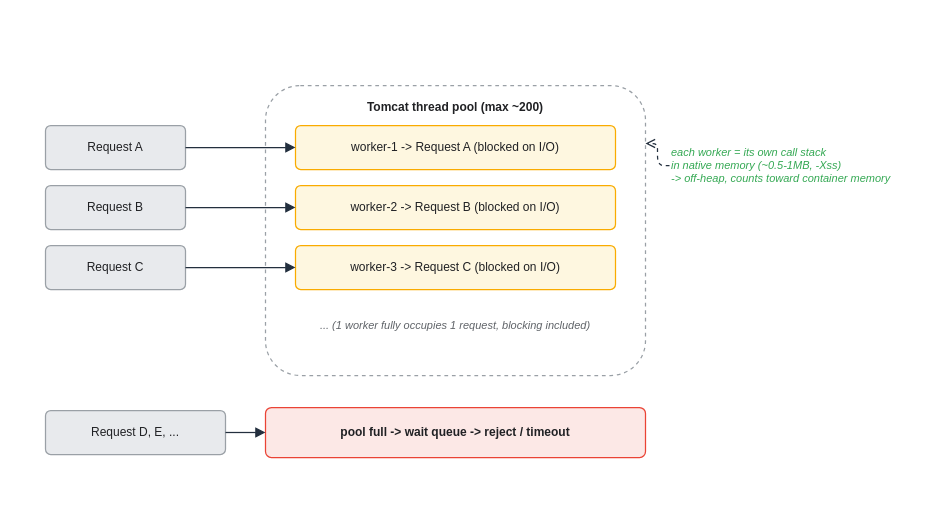
The draw.io diagram assets/img/spring/spring-06-thread-per-request.drawio in KKamJi98/kkamji98.github.io, before the edit. Source tidied: cells renumbered, new cells numbered last; positions are measured from the earlier drawing's top-left corner, leaving out a move shared by most shapes. Both pictures are drawn from the tidied source at 100%, with x=0, y=0 at pixel (45, 85).
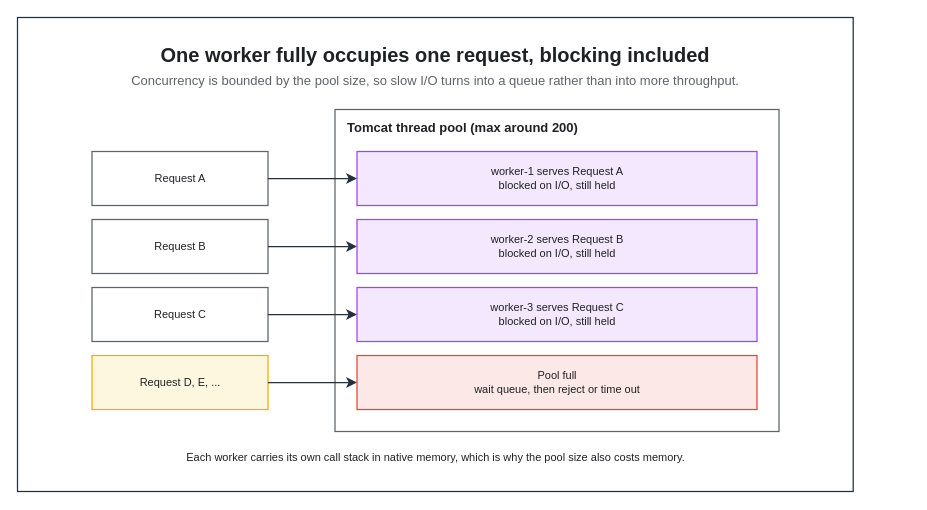
After the change.

The edit, as a diff of the source:
```diff
@@
 <mxGraphModel background="#FFFFFF">
   <root>
     <mxCell id="0" />
     <mxCell id="1" parent="0" />
+    <mxCell id="18" style="rounded=0;html=0;fillColor=none;strokeColor=#232F3E;fontColor=#202124;strokeWidth=1.25;" parent="1" vertex="1">
+      <mxGeometry x="-28" y="-68" width="835.7" height="474" as="geometry" />
+    </mxCell>
+    <mxCell id="19" value="One worker fully occupies one request, blocking included" style="text;html=0;whiteSpace=wrap;fillColor=none;strokeColor=none;fontColor=#202124;fontSize=20;fontStyle=1;align=center;verticalAlign=middle;" parent="1" vertex="1">
+      <mxGeometry x="-6" y="-46" width="791.7" height="30" as="geometry" />
+    </mxCell>
+    <mxCell id="20" value="Concurrency is bounded by the pool size, so slow I/O turns into a queue rather than into more throughput." style="text;html=0;whiteSpace=wrap;fillColor=none;strokeColor=none;fontColor=#5F6368;fontSize=13;fontStyle=0;align=center;verticalAlign=middle;" parent="1" vertex="1">
+      <mxGeometry x="-6" y="-16" width="791.7" height="22" as="geometry" />
+    </mxCell>
-    <mxCell id="2" value="Tomcat thread pool (max ~200)" style="rounded=1;whiteSpace=wrap;html=0;arcSize=12;shadow=0;fillColor=#FFFFFF;strokeColor=#9AA0A6;fontColor=#202124;fontStyle=1;verticalAlign=top;align=center;dashed=1;spacingTop=8;strokeWidth=1.25;" parent="1" vertex="1">
-      <mxGeometry x="220" width="380" height="290" as="geometry" />
+    <mxCell id="2" value="Tomcat thread pool (max around 200)" style="rounded=0;whiteSpace=wrap;html=0;fillColor=none;strokeColor=#5F6368;fontColor=#202124;fontSize=13;fontStyle=1;align=left;verticalAlign=top;spacingLeft=10;spacingTop=4;strokeWidth=1.25;dashed=0;" parent="1" vertex="1">
+      <mxGeometry x="289.5" y="24" width="444" height="322" as="geometry" />
     </mxCell>
-    <mxCell id="3" value="Request A" style="rounded=1;whiteSpace=wrap;html=0;arcSize=12;shadow=0;fillColor=#E8EAED;strokeColor=#9AA0A6;fontColor=#202124;strokeWidth=1.25;" parent="1" vertex="1">
-      <mxGeometry y="40" width="140" height="44" as="geometry" />
+    <mxCell id="3" value="Request A" style="rounded=0;whiteSpace=wrap;html=0;fillColor=#FFFFFF;strokeColor=#5F6368;fontColor=#202124;fontSize=11;fontStyle=0;align=center;verticalAlign=middle;spacingLeft=6;spacingRight=6;strokeWidth=1.25;" parent="1" vertex="1">
+      <mxGeometry x="46.5" y="66" width="176" height="54" as="geometry" />
     </mxCell>
-    <mxCell id="4" value="Request B" style="rounded=1;whiteSpace=wrap;html=0;arcSize=12;shadow=0;fillColor=#E8EAED;strokeColor=#9AA0A6;fontColor=#202124;strokeWidth=1.25;" parent="1" vertex="1">
-      <mxGeometry y="100" width="140" height="44" as="geometry" />
+    <mxCell id="4" value="Request B" style="rounded=0;whiteSpace=wrap;html=0;fillColor=#FFFFFF;strokeColor=#5F6368;fontColor=#202124;fontSize=11;fontStyle=0;align=center;verticalAlign=middle;spacingLeft=6;spacingRight=6;strokeWidth=1.25;" parent="1" vertex="1">
+      <mxGeometry x="46.5" y="134" width="176" height="54" as="geometry" />
     </mxCell>
-    <mxCell id="5" value="Request C" style="rounded=1;whiteSpace=wrap;html=0;arcSize=12;shadow=0;fillColor=#E8EAED;strokeColor=#9AA0A6;fontColor=#202124;strokeWidth=1.25;" parent="1" vertex="1">
-      <mxGeometry y="160" width="140" height="44" as="geometry" />
+    <mxCell id="5" value="Request C" style="rounded=0;whiteSpace=wrap;html=0;fillColor=#FFFFFF;strokeColor=#5F6368;fontColor=#202124;fontSize=11;fontStyle=0;align=center;verticalAlign=middle;spacingLeft=6;spacingRight=6;strokeWidth=1.25;" parent="1" vertex="1">
+      <mxGeometry x="46.5" y="202" width="176" height="54" as="geometry" />
     </mxCell>
-    <mxCell id="6" value="Request D, E, ..." style="rounded=1;whiteSpace=wrap;html=0;arcSize=12;shadow=0;fillColor=#E8EAED;strokeColor=#9AA0A6;fontColor=#202124;strokeWidth=1.25;" parent="1" vertex="1">
-      <mxGeometry y="325" width="180" height="44" as="geometry" />
+    <mxCell id="6" value="Request D, E, ..." style="rounded=0;whiteSpace=wrap;html=0;fillColor=#FEF7E0;strokeColor=#F9AB00;fontColor=#202124;fontSize=11;fontStyle=0;align=center;verticalAlign=middle;spacingLeft=6;spacingRight=6;strokeWidth=1.25;" parent="1" vertex="1">
+      <mxGeometry x="46.5" y="270" width="176" height="54" as="geometry" />
     </mxCell>
-    <mxCell id="7" value="worker-1  -&gt;  Request A  (blocked on I/O)" style="rounded=1;whiteSpace=wrap;html=0;arcSize=12;shadow=0;fillColor=#FEF7E0;strokeColor=#F9AB00;fontColor=#202124;strokeWidth=1.25;" parent="1" vertex="1">
-      <mxGeometry x="250" y="40" width="320" height="44" as="geometry" />
+    <mxCell id="7" value="worker-1 serves Request A&#10;blocked on I/O, still held" style="rounded=0;whiteSpace=wrap;html=0;fillColor=#F3E8FD;strokeColor=#A142F4;fontColor=#202124;fontSize=11;fontStyle=0;align=center;verticalAlign=middle;spacingLeft=6;spacingRight=6;strokeWidth=1.25;" parent="1" vertex="1">
+      <mxGeometry x="311.5" y="66" width="400" height="54" as="geometry" />
     </mxCell>
-    <mxCell id="8" value="worker-2  -&gt;  Request B  (blocked on I/O)" style="rounded=1;whiteSpace=wrap;html=0;arcSize=12;shadow=0;fillColor=#FEF7E0;strokeColor=#F9AB00;fontColor=#202124;strokeWidth=1.25;" parent="1" vertex="1">
-      <mxGeometry x="250" y="100" width="320" height="44" as="geometry" />
+    <mxCell id="8" value="worker-2 serves Request B&#10;blocked on I/O, still held" style="rounded=0;whiteSpace=wrap;html=0;fillColor=#F3E8FD;strokeColor=#A142F4;fontColor=#202124;fontSize=11;fontStyle=0;align=center;verticalAlign=middle;spacingLeft=6;spacingRight=6;strokeWidth=1.25;" parent="1" vertex="1">
+      <mxGeometry x="311.5" y="134" width="400" height="54" as="geometry" />
     </mxCell>
-    <mxCell id="9" value="worker-3  -&gt;  Request C  (blocked on I/O)" style="rounded=1;whiteSpace=wrap;html=0;arcSize=12;shadow=0;fillColor=#FEF7E0;strokeColor=#F9AB00;fontColor=#202124;strokeWidth=1.25;" parent="1" vertex="1">
-      <mxGeometry x="250" y="160" width="320" height="44" as="geometry" />
+    <mxCell id="9" value="worker-3 serves Request C&#10;blocked on I/O, still held" style="rounded=0;whiteSpace=wrap;html=0;fillColor=#F3E8FD;strokeColor=#A142F4;fontColor=#202124;fontSize=11;fontStyle=0;align=center;verticalAlign=middle;spacingLeft=6;spacingRight=6;strokeWidth=1.25;" parent="1" vertex="1">
+      <mxGeometry x="311.5" y="202" width="400" height="54" as="geometry" />
     </mxCell>
-    <mxCell id="10" value="...  (1 worker fully occupies 1 request, blocking included)" style="text;html=0;align=center;verticalAlign=middle;whiteSpace=wrap;fontSize=11;fontColor=#5F6368;fontStyle=2;" parent="1" vertex="1">
-      <mxGeometry x="250" y="220" width="320" height="40" as="geometry" />
-    </mxCell>
-    <mxCell id="11" value="pool full -&gt; wait queue -&gt; reject / timeout" style="rounded=1;whiteSpace=wrap;html=0;arcSize=12;shadow=0;fillColor=#FCE8E6;strokeColor=#EA4335;fontColor=#202124;fontStyle=1;strokeWidth=1.25;" parent="1" vertex="1">
-      <mxGeometry x="220" y="322" width="380" height="50" as="geometry" />
+    <mxCell id="11" value="Pool full&#10;wait queue, then reject or time out" style="rounded=0;whiteSpace=wrap;html=0;fillColor=#FCE8E6;strokeColor=#EA4335;fontColor=#202124;fontSize=11;fontStyle=0;align=center;verticalAlign=middle;spacingLeft=6;spacingRight=6;strokeWidth=1.25;" parent="1" vertex="1">
+      <mxGeometry x="311.5" y="270" width="400" height="54" as="geometry" />
     </mxCell>
-    <mxCell id="12" value="each worker = its own call stack&#10;in native memory (~0.5-1MB, -Xss)&#10;-&gt; off-heap, counts toward container memory" style="text;html=0;align=left;verticalAlign=middle;whiteSpace=wrap;fontSize=11;fontColor=#34A853;fontStyle=2;" parent="1" vertex="1">
-      <mxGeometry x="624" y="40" width="240" height="80" as="geometry" />
+    <mxCell id="12" value="Each worker carries its own call stack in native memory, which is why the pool size also costs memory." style="text;html=0;whiteSpace=wrap;fillColor=none;strokeColor=none;fontColor=#202124;fontSize=11;fontStyle=0;align=center;verticalAlign=middle;" parent="1" vertex="1">
+      <mxGeometry x="36.5" y="360" width="707" height="24" as="geometry" />
     </mxCell>
-    <mxCell id="13" style="edgeStyle=orthogonalEdgeStyle;rounded=1;html=0;fontColor=#202124;strokeColor=#232F3E;labelBackgroundColor=none;endArrow=block;exitX=1;exitY=0.5;exitDx=0;exitDy=0;entryX=0;entryY=0.5;entryDx=0;entryDy=0;strokeWidth=1.25;endSize=7;" parent="1" edge="1" source="3" target="7">
+    <mxCell id="13" style="edgeStyle=orthogonalEdgeStyle;rounded=0;html=0;strokeColor=#232F3E;strokeWidth=1.25;endArrow=classic;endFill=1;endSize=7;fontSize=11;fontColor=#202124;labelBackgroundColor=none;jettySize=14;exitX=1;exitY=0.5;entryX=0;entryY=0.5;exitDx=0;exitDy=0;entryDx=0;entryDy=0;" parent="1" edge="1" source="3" target="7">
       <mxGeometry relative="1" as="geometry" />
     </mxCell>
-    <mxCell id="14" style="edgeStyle=orthogonalEdgeStyle;rounded=1;html=0;fontColor=#202124;strokeColor=#232F3E;labelBackgroundColor=none;endArrow=block;exitX=1;exitY=0.5;exitDx=0;exitDy=0;entryX=0;entryY=0.5;entryDx=0;entryDy=0;strokeWidth=1.25;endSize=7;" parent="1" edge="1" source="4" target="8">
+    <mxCell id="14" style="edgeStyle=orthogonalEdgeStyle;rounded=0;html=0;strokeColor=#232F3E;strokeWidth=1.25;endArrow=classic;endFill=1;endSize=7;fontSize=11;fontColor=#202124;labelBackgroundColor=none;jettySize=14;exitX=1;exitY=0.5;entryX=0;entryY=0.5;exitDx=0;exitDy=0;entryDx=0;entryDy=0;" parent="1" edge="1" source="4" target="8">
       <mxGeometry relative="1" as="geometry" />
     </mxCell>
-    <mxCell id="15" style="edgeStyle=orthogonalEdgeStyle;rounded=1;html=0;fontColor=#202124;strokeColor=#232F3E;labelBackgroundColor=none;endArrow=block;exitX=1;exitY=0.5;exitDx=0;exitDy=0;entryX=0;entryY=0.5;entryDx=0;entryDy=0;strokeWidth=1.25;endSize=7;" parent="1" edge="1" source="5" target="9">
+    <mxCell id="15" style="edgeStyle=orthogonalEdgeStyle;rounded=0;html=0;strokeColor=#232F3E;strokeWidth=1.25;endArrow=classic;endFill=1;endSize=7;fontSize=11;fontColor=#202124;labelBackgroundColor=none;jettySize=14;exitX=1;exitY=0.5;entryX=0;entryY=0.5;exitDx=0;exitDy=0;entryDx=0;entryDy=0;" parent="1" edge="1" source="5" target="9">
       <mxGeometry relative="1" as="geometry" />
     </mxCell>
-    <mxCell id="16" style="edgeStyle=orthogonalEdgeStyle;rounded=1;html=0;fontColor=#202124;strokeColor=#232F3E;labelBackgroundColor=none;endArrow=block;exitX=1;exitY=0.5;exitDx=0;exitDy=0;entryX=0;entryY=0.5;entryDx=0;entryDy=0;strokeWidth=1.25;endSize=7;" parent="1" edge="1" source="6" target="11">
+    <mxCell id="16" style="edgeStyle=orthogonalEdgeStyle;rounded=0;html=0;strokeColor=#232F3E;strokeWidth=1.25;endArrow=classic;endFill=1;endSize=7;fontSize=11;fontColor=#202124;labelBackgroundColor=none;jettySize=14;exitX=1;exitY=0.5;entryX=0;entryY=0.5;exitDx=0;exitDy=0;entryDx=0;entryDy=0;" parent="1" edge="1" source="6" target="11">
       <mxGeometry relative="1" as="geometry" />
     </mxCell>
-    <mxCell id="17" style="edgeStyle=orthogonalEdgeStyle;rounded=1;html=0;dashed=1;strokeColor=#232F3E;fontColor=#202124;labelBackgroundColor=none;endArrow=open;endSize=7;exitX=0;exitY=0.5;exitDx=0;exitDy=0;entryX=1;entryY=0.2;entryDx=0;entryDy=0;strokeWidth=1.25;" parent="1" edge="1" source="12" target="2">
-      <mxGeometry relative="1" as="geometry" />
-    </mxCell>
   </root>
 </mxGraphModel>
```
